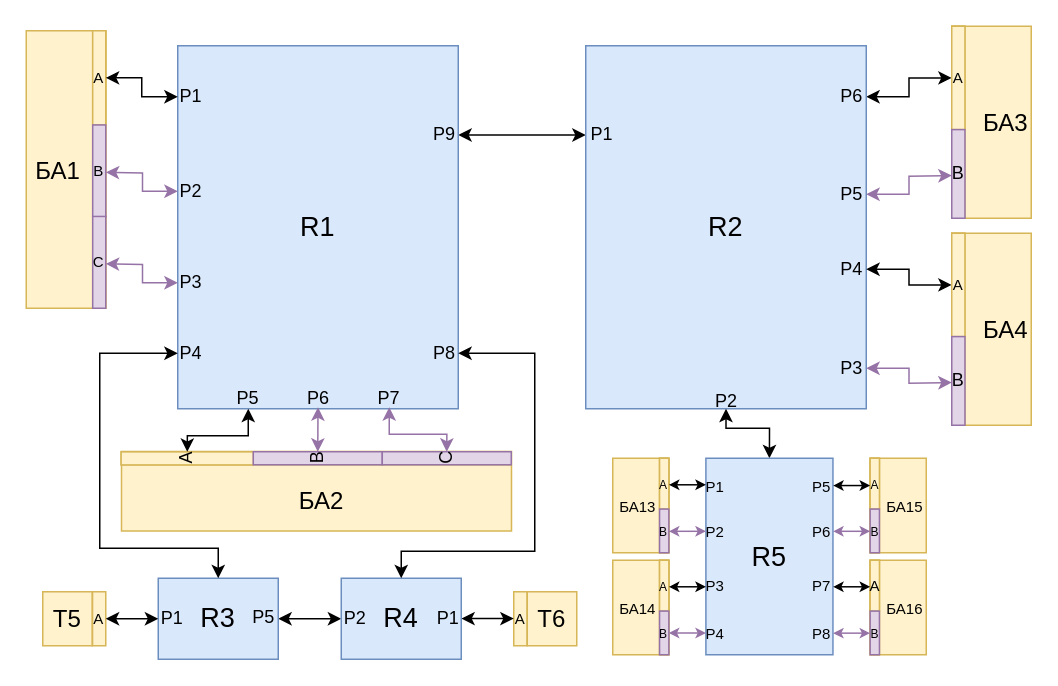
The draw.io diagram page "Физическая Сеть" (3 of 5) of logic.drawio in sadsackk/STP-ISS-analyzer, before the edit. Source tidied: cells renumbered, new cells numbered last; positions are measured from the earlier drawing's top-left corner, leaving out a move shared by most shapes. Both pictures are drawn from the tidied source at 150%, with x=0, y=0 at pixel (26, 26).
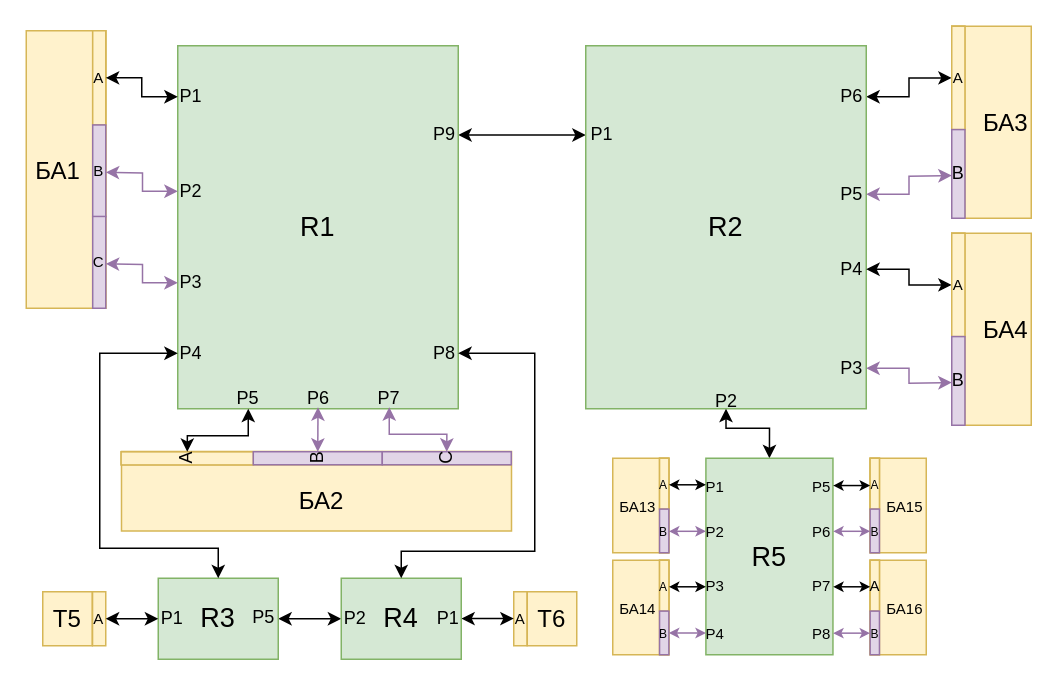
Above is the later version.

The change refers to these unchanged cells:
```xml
<mxCell id="71" style="group;" parent="1" vertex="1">
  <mxGeometry x="391" y="288" width="209" height="131" as="geometry" />
</mxCell>
```

Change to the diagram source:
```diff
@@
-    <mxCell id="10" value="R1" style="rounded=0;whiteSpace=wrap;html=1;fontSize=18;strokeColor=#6c8ebf;fillColor=#dae8fc;" parent="1" vertex="1">
+    <mxCell id="10" value="R1" style="rounded=0;whiteSpace=wrap;html=1;fontSize=18;strokeColor=#82b366;fillColor=#d5e8d4;" parent="1" vertex="1">
       <mxGeometry x="101" y="13" width="187" height="242" as="geometry" />
     </mxCell>
-    <mxCell id="11" value="R2" style="rounded=0;whiteSpace=wrap;html=1;fontSize=18;strokeColor=#6c8ebf;fillColor=#dae8fc;" parent="1" vertex="1">
+    <mxCell id="11" value="R2" style="rounded=0;whiteSpace=wrap;html=1;fontSize=18;strokeColor=#82b366;fillColor=#d5e8d4;" parent="1" vertex="1">
       <mxGeometry x="373" y="13" width="187" height="242" as="geometry" />
     </mxCell>
@@
-    <mxCell id="43" value="R3" style="rounded=0;whiteSpace=wrap;html=1;fontSize=18;strokeColor=#6c8ebf;fillColor=#dae8fc;" parent="1" vertex="1">
+    <mxCell id="43" value="R3" style="rounded=0;whiteSpace=wrap;html=1;fontSize=18;strokeColor=#82b366;fillColor=#d5e8d4;" parent="1" vertex="1">
       <mxGeometry x="88" y="368" width="80" height="54" as="geometry" />
     </mxCell>
@@
-    <mxCell id="46" value="R4" style="rounded=0;whiteSpace=wrap;html=1;fontSize=18;strokeColor=#6c8ebf;fillColor=#dae8fc;" parent="1" vertex="1">
+    <mxCell id="46" value="R4" style="rounded=0;whiteSpace=wrap;html=1;fontSize=18;strokeColor=#82b366;fillColor=#d5e8d4;" parent="1" vertex="1">
       <mxGeometry x="210" y="368" width="80" height="54" as="geometry" />
     </mxCell>
@@
-    <mxCell id="92" value="R5" style="rounded=0;whiteSpace=wrap;html=1;fontSize=18;strokeColor=#6c8ebf;fillColor=#dae8fc;" parent="71" vertex="1">
+    <mxCell id="92" value="R5" style="rounded=0;whiteSpace=wrap;html=1;fontSize=18;strokeColor=#82b366;fillColor=#d5e8d4;" parent="71" vertex="1">
       <mxGeometry x="62.1" width="84.7" height="131" as="geometry" />
     </mxCell>
```
